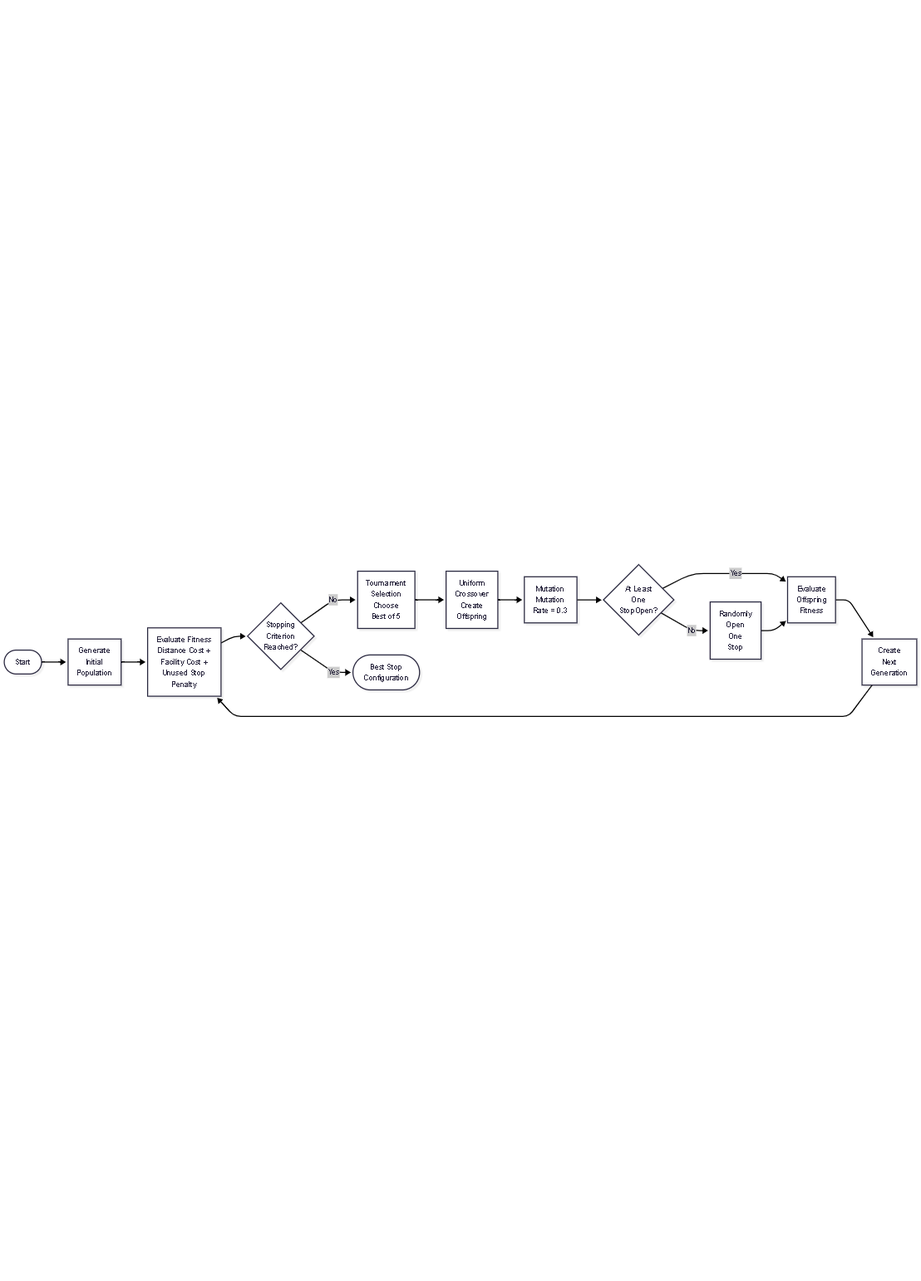
The Mermaid diagram GA_flowchart.png in DerpFishy/Algorithm-Final-Project, before a commit. Its source is kept beside it as GA_flowchart.mermaid.
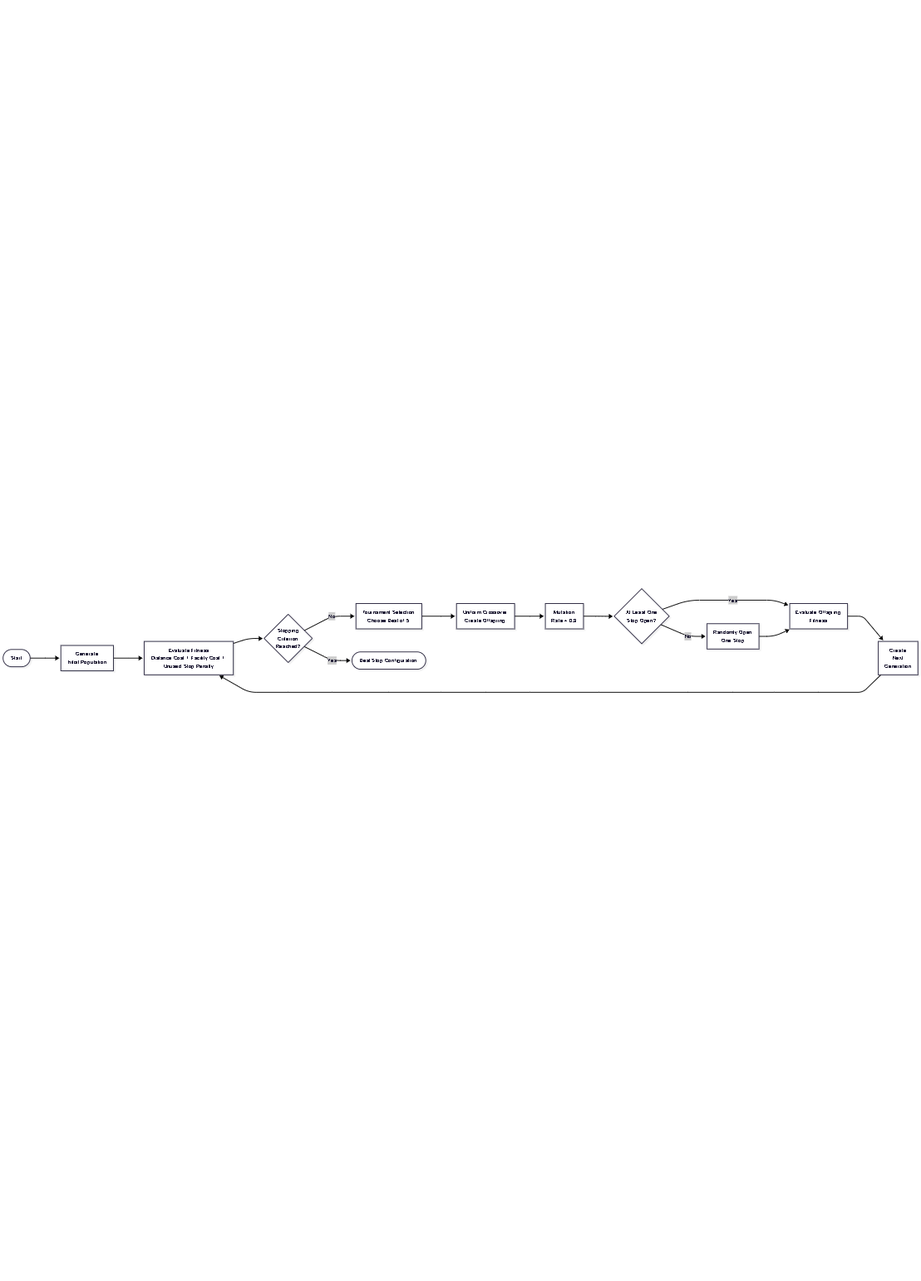
The same diagram one commit later.

Commit message:
chore: make flowchart look better

What changed in the source:
```diff
@@ -1,70 +1,26 @@
+%%{init: {'flowchart': {'nodeSpacing': 60, 'rankSpacing': 80}}}%%
 flowchart LR
 
     A([Start])
 
-    B["Generate
-    Initial
-    Population"]
+    A --> B["Generate<br/>Initial Population"]
+    B --> C["Evaluate Fitness<br/>Distance Cost + Facility Cost + Unused Stop Penalty"]
 
-    C["Evaluate Fitness
-    Distance Cost +
-    Facility Cost +
-    Unused Stop
-    Penalty"]
+    C --> D{"Stopping<br/>Criterion<br/>Reached?"}
 
-    D{"Stopping
-    Criterion
-    Reached?"}
+    D -- No --> E["Tournament Selection<br/>Choose Best of 5"]
 
-    E["Tournament
-    Selection
-    Choose
-    Best of 5"]
+    E --> F["Uniform Crossover<br/>Create Offspring"]
+    F --> G["Mutation<br/>Rate = 0.3"]
 
-    F["Uniform
-    Crossover
-    Create
-    Offspring"]
+    G --> H{"At Least One<br/>Stop Open?"}
 
-    G["Mutation
-    Mutation
-    Rate = 0.3"]
-
-    H{"At Least
-    One
-    StopOpen?"}
-
-    I["Randomly
-    Open
-    One
-    Stop"]
-
-    J["Evaluate
-    Offspring
-    Fitness"]
-
-    K["Create
-    Next
-    Generation"]
-
-    L([Best Stop
-    Configuration])
-
-    A --> B
-    B --> C
-    C --> D
-
-    D -- No --> E
-    E --> F
-    F --> G
-    G --> H
-
-    H -- No --> I
-    H -- Yes --> J
+    H -- No --> I["Randomly Open<br/>One Stop"]
+    H -- Yes --> J["Evaluate Offspring<br/>Fitness"]
 
     I --> J
 
-    J --> K
+    J --> K["Create<br/>Next<br/>Generation"]
     K --> C
 
-    D -- Yes --> L
+    D -- Yes --> L([Best Stop Configuration])
```
